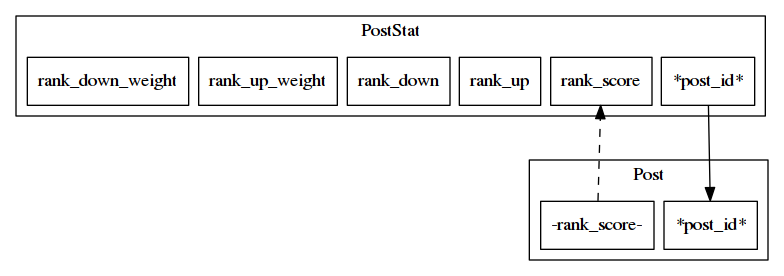
Before: pages/graph/erd/poststats.png, a diagram exported from Graphviz (cc98-frontend-development/API). Its source is kept beside it as pages/graph/erd/poststats.dot.
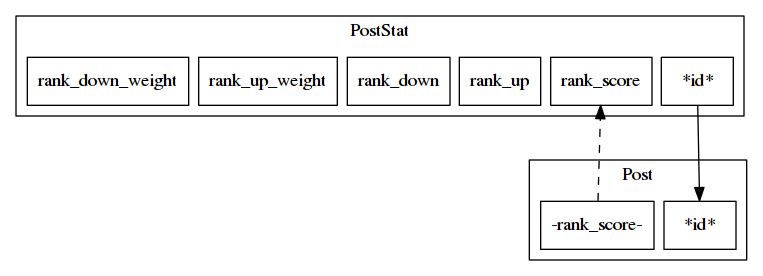
After the commit.

Diff of the diagram source:
```diff
@@ -5,7 +5,7 @@
 
 	subgraph cluster_post_stat {
 		label = "PostStat";
-		node_a_post_stat_post_id          [ label = "*post_id*" ];
+		node_a_post_stat_id               [ label = "*id*" ];
 		node_a_post_stat_rank_score       [ label = "rank_score" ];
 		node_a_post_stat_rank_up          [ label = "rank_up"];
 		node_a_post_stat_rank_down        [ label = "rank_down"];
@@ -15,10 +15,10 @@
 
 	subgraph cluster_post {
 		label = "Post";
-		node_a_post_post_id             [ label = "*post_id*" ];
+		node_a_post_id                  [ label = "*id*" ];
 		node_a_post_rank_score          [ label = "-rank_score-" ];
 	}
 
-	node_a_post_stat_post_id -> node_a_post_post_id;
+	node_a_post_stat_id -> node_a_post_id;
 	node_a_post_rank_score -> node_a_post_stat_rank_score [ style = dashed ];
 }
```
